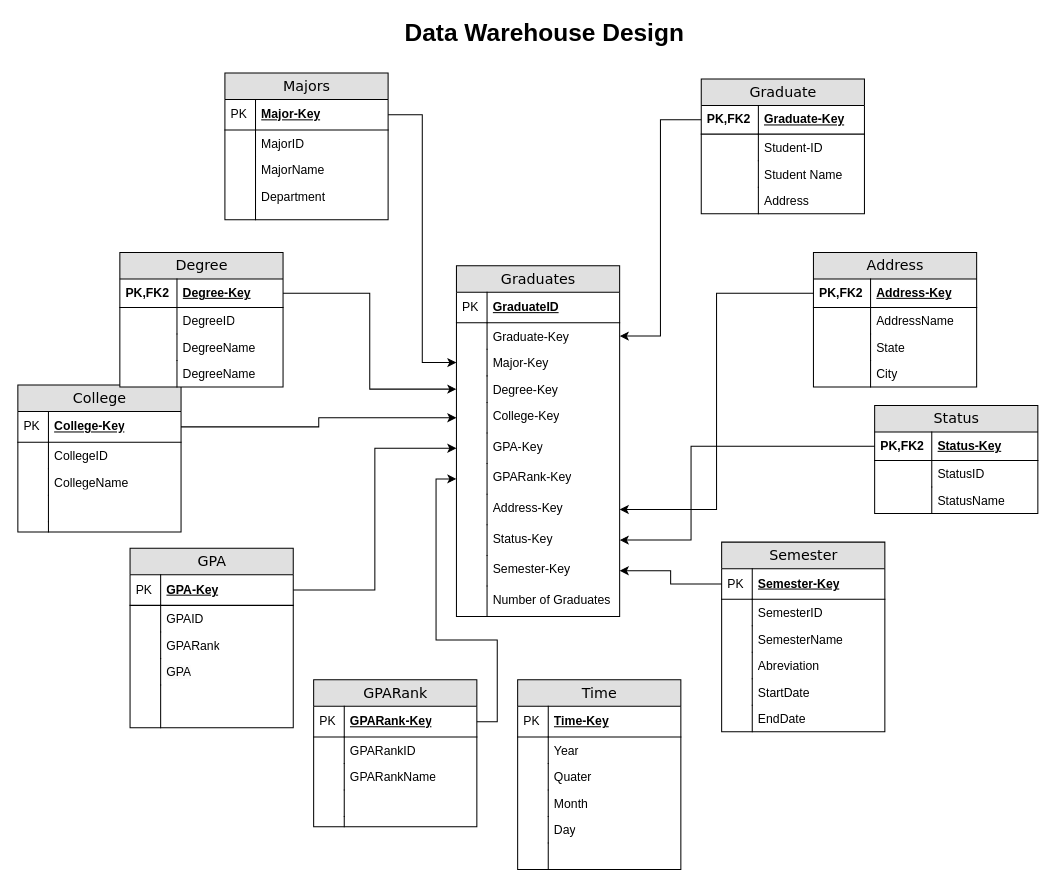
Earlier version of the draw.io diagram DataWarehousingDiagram.drawio (JoshuaFarara/DataWarehouse_ProjectReport). Source tidied: cells renumbered, new cells numbered last; positions are measured from the earlier drawing's top-left corner, leaving out a move shared by most shapes. Both pictures are drawn from the tidied source at 102%, with x=0, y=0 at pixel (17, 17).
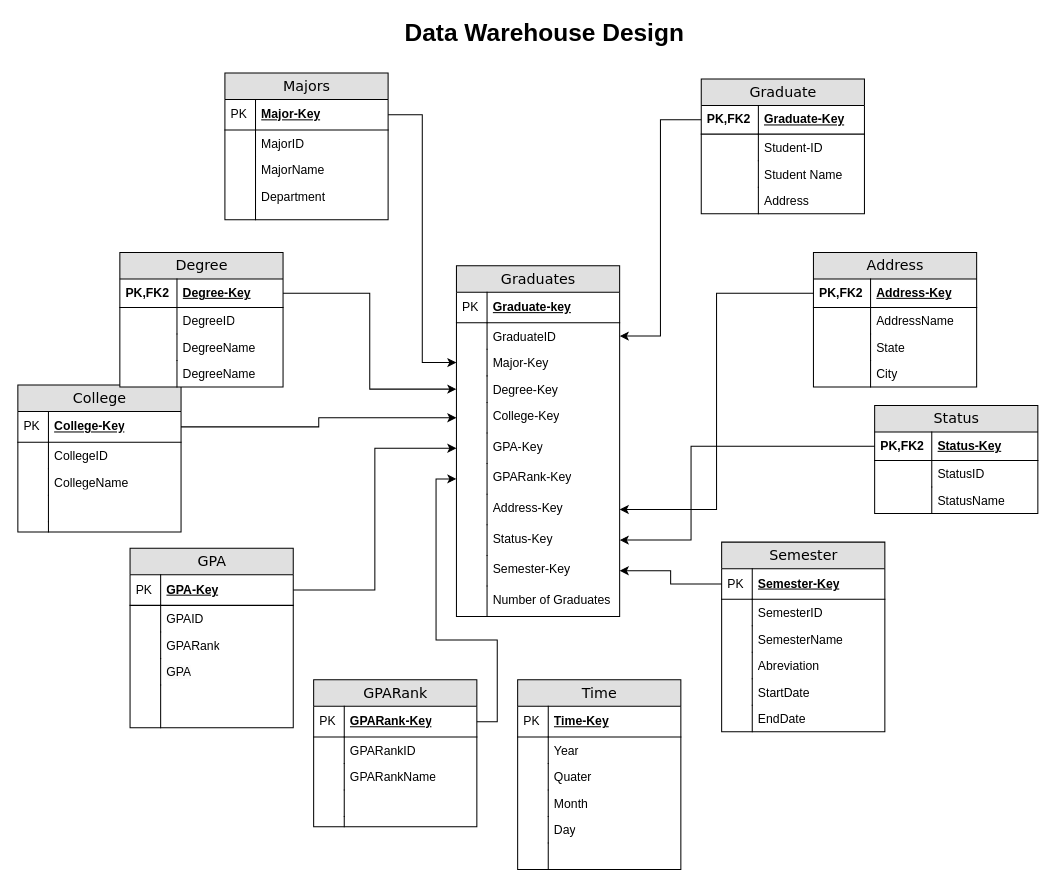
After the change.

The change refers to these unchanged cells:
```xml
<mxCell id="33" value="Graduates" style="swimlane;html=1;fontStyle=0;horizontal=1;startSize=26;fillColor=#e0e0e0;swimlaneFillColor=#ffffff;align=center;rounded=0;shadow=0;comic=0;labelBackgroundColor=none;strokeWidth=1;fontFamily=Verdana;fontSize=14;" parent="1" vertex="1">
  <mxGeometry x="430" y="243" width="160" height="344" as="geometry" />
</mxCell>
```

What changed in the source:
```diff
@@
-    <mxCell id="34" value="GraduateID" style="shape=partialRectangle;top=0;left=0;right=0;bottom=1;html=1;align=left;verticalAlign=middle;fillColor=none;spacingLeft=34;spacingRight=4;whiteSpace=wrap;overflow=hidden;fontStyle=5;" parent="33" vertex="1">
+    <mxCell id="34" value="Graduate-key" style="shape=partialRectangle;top=0;left=0;right=0;bottom=1;html=1;align=left;verticalAlign=middle;fillColor=none;spacingLeft=34;spacingRight=4;whiteSpace=wrap;overflow=hidden;fontStyle=5;" parent="33" vertex="1">
       <mxGeometry y="26" width="160" height="30" as="geometry" />
     </mxCell>
@@
-    <mxCell id="36" value="Graduate-Key" style="shape=partialRectangle;top=0;left=0;right=0;bottom=0;html=1;align=left;verticalAlign=top;fillColor=none;spacingLeft=34;spacingRight=4;whiteSpace=wrap;overflow=hidden;points=[[0,0.5],[1,0.5]];portConstraint=eastwest;" parent="33" vertex="1">
+    <mxCell id="36" value="GraduateID" style="shape=partialRectangle;top=0;left=0;right=0;bottom=0;html=1;align=left;verticalAlign=top;fillColor=none;spacingLeft=34;spacingRight=4;whiteSpace=wrap;overflow=hidden;points=[[0,0.5],[1,0.5]];portConstraint=eastwest;" parent="33" vertex="1">
       <mxGeometry y="56" width="160" height="26" as="geometry" />
     </mxCell>
```
